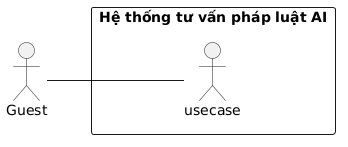
The PlantUML diagram temp/00-UseCase/UML-UseCase-overview.png in 20206205Tech/docs-uml, before a commit. Its diagram source:
```plantuml
@startuml
left to right direction
skinparam packageStyle rectangle
skinparam shadowing false

actor "Guest" as Guest

rectangle "Hệ thống tư vấn pháp luật AI" {
  usecase   as UC
}

Guest -- UC
@enduml
```
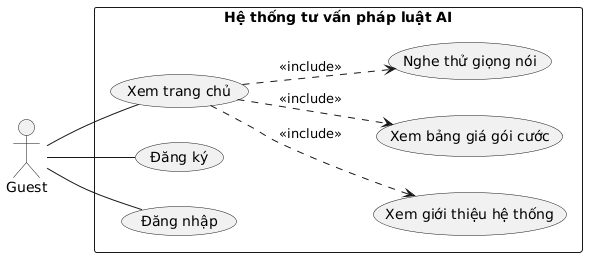
After the change.

What changed in the source:
```diff
@@ -6,8 +6,19 @@
 actor "Guest" as Guest
 
 rectangle "Hệ thống tư vấn pháp luật AI" {
-  usecase   as UC
+  usecase "Xem trang chủ" as UC_Home
+  usecase "Xem giới thiệu hệ thống" as UC_Intro
+  usecase "Xem bảng giá gói cước" as UC_Pricing
+  usecase "Nghe thử giọng nói" as UC_SampleVoice
+  usecase "Đăng ký" as UC_Register
+  usecase "Đăng nhập" as UC_Login
+
+  UC_Home ..> UC_Intro : <<include>>
+  UC_Home ..> UC_Pricing : <<include>>
+  UC_Home ..> UC_SampleVoice : <<include>>
 }
 
-Guest -- UC
+Guest -- UC_Home
+Guest -- UC_Register
+Guest -- UC_Login
 @enduml
```
